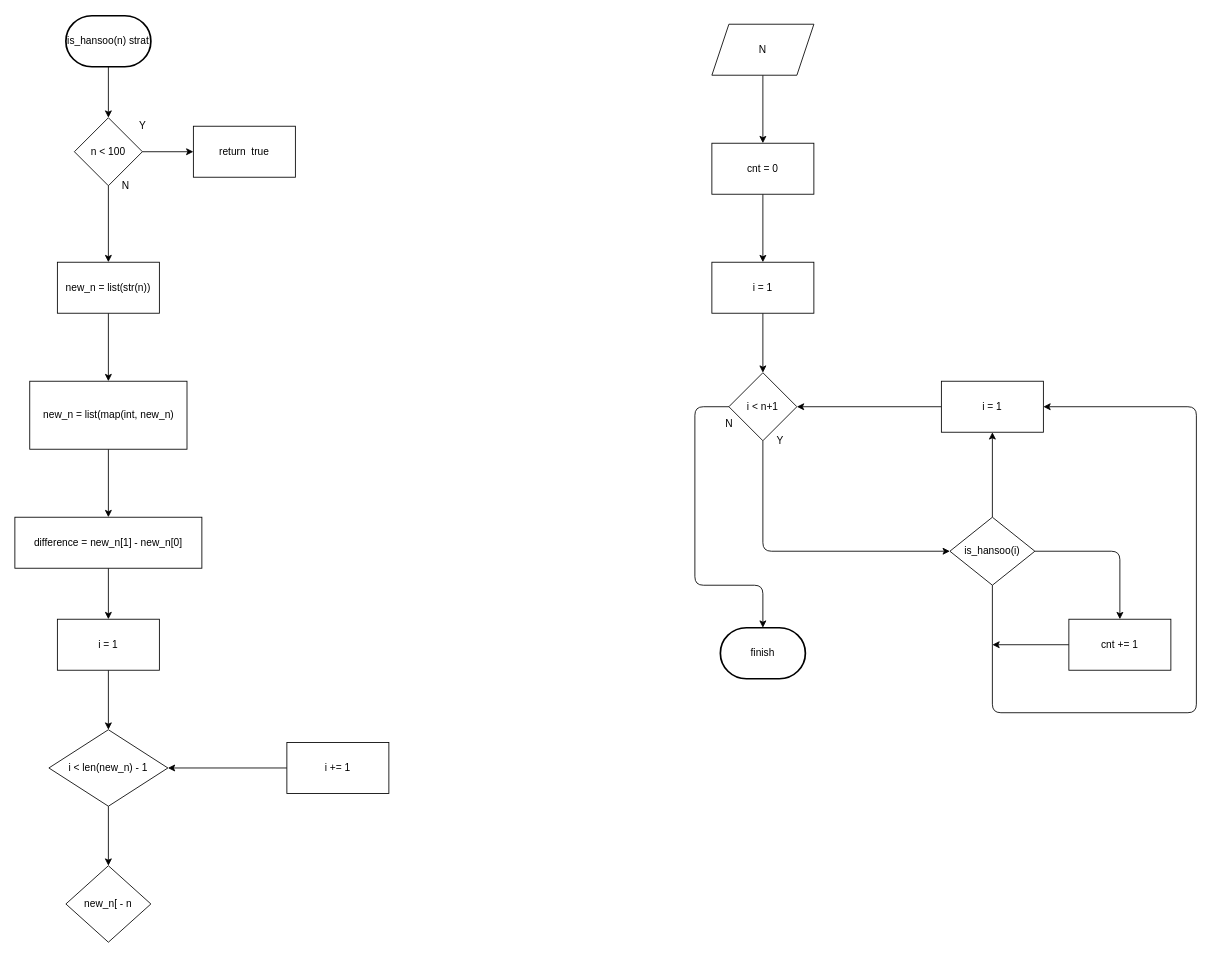
Before: stage/05_function/1065.drawio in Gyeongrok-Oh/boj, a draw.io diagram. Source tidied: cells renumbered, new cells numbered last; positions are measured from the earlier drawing's top-left corner, leaving out a move shared by most shapes. Both pictures are drawn from the tidied source at 85%, with x=0, y=0 at pixel (14, 15).
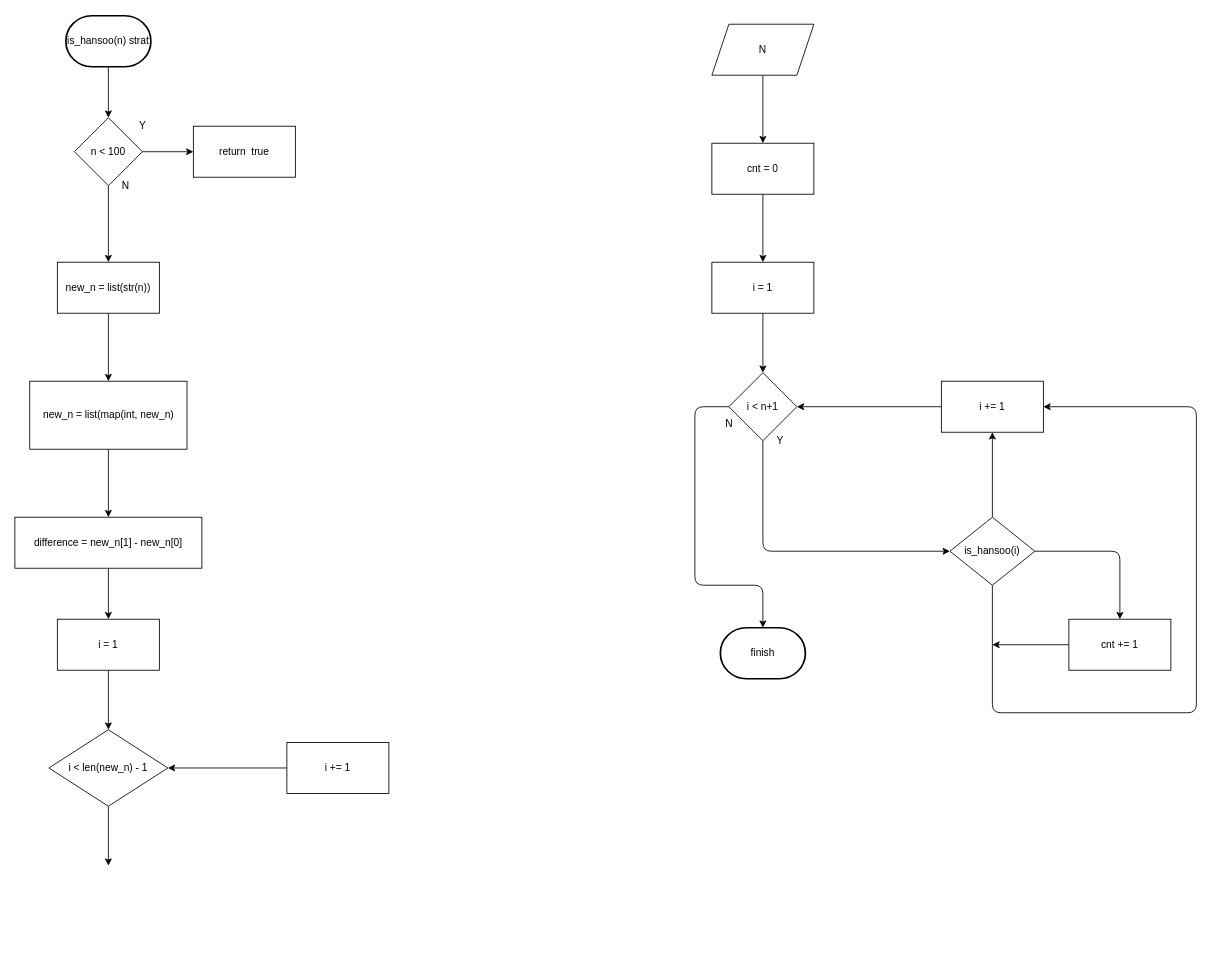
The same page after the edit.

Unchanged cells that the change refers to:
```xml
<mxCell id="37" value="i &amp;lt; len(new_n) - 1" style="rhombus;whiteSpace=wrap;html=1;" parent="1" vertex="1">
  <mxGeometry x="40" y="840" width="140" height="90" as="geometry" />
</mxCell>
```

The edit, as a diff of the source:
```diff
@@
-    <mxCell id="24" value="i = 1" style="whiteSpace=wrap;html=1;" parent="1" vertex="1">
+    <mxCell id="24" value="i += 1" style="whiteSpace=wrap;html=1;" parent="1" vertex="1">
       <mxGeometry x="1090" y="430" width="120" height="60" as="geometry" />
     </mxCell>
@@
-    <mxCell id="36" style="edgeStyle=none;html=1;" parent="1" edge="1" source="37" target="40">
-      <mxGeometry relative="1" as="geometry" />
+    <mxCell id="36" style="edgeStyle=none;html=1;" parent="1" edge="1" source="37">
+      <mxGeometry relative="1" as="geometry">
+        <mxPoint x="110" y="1000" as="targetPoint" />
+      </mxGeometry>
     </mxCell>
@@
-    <mxCell id="40" value="new_n[ - n" style="rhombus;whiteSpace=wrap;html=1;" parent="1" vertex="1">
-      <mxGeometry x="60" y="1000" width="100" height="90" as="geometry" />
-    </mxCell>
```
